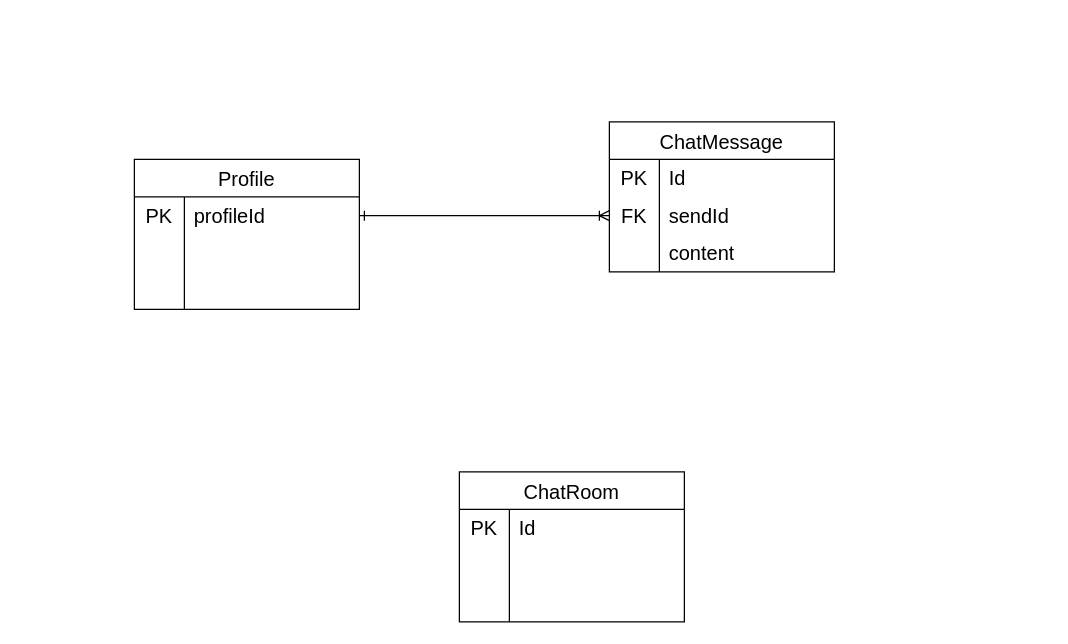
The draw.io diagram regret.drawio in phungvie/regret, before the edit. Source tidied: cells renumbered, new cells numbered last; positions are measured from the earlier drawing's top-left corner, leaving out a move shared by most shapes. Both pictures are drawn from the tidied source at 125%, with x=0, y=0 at pixel (134, 121).
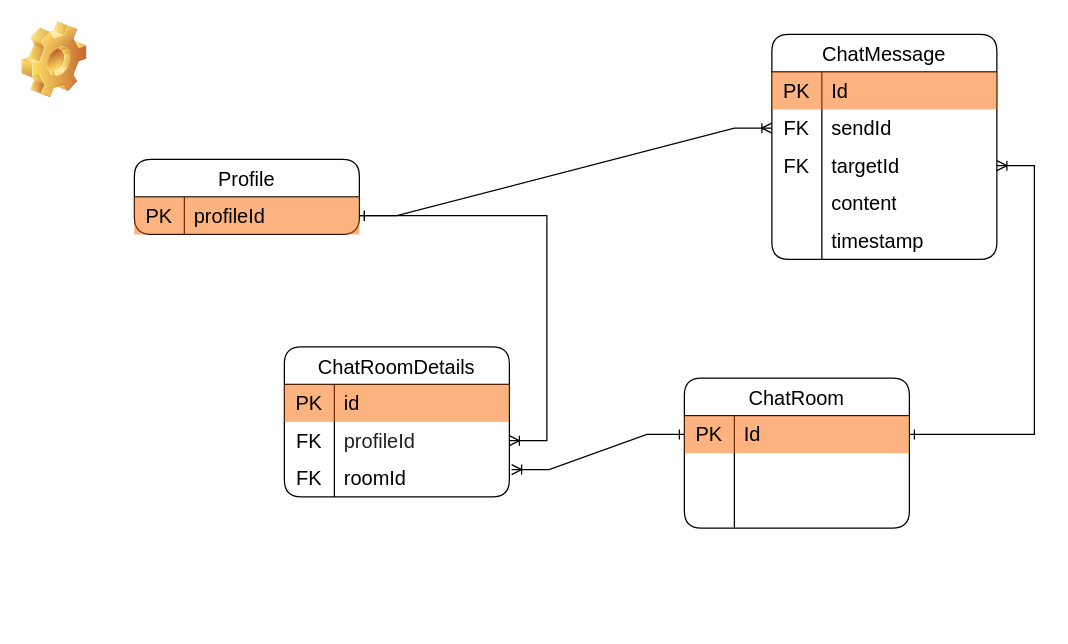
The same page after the edit.

Unchanged cells that the change refers to:
```xml
<mxCell id="3" style="shape=tableRow;horizontal=0;startSize=0;swimlaneHead=0;swimlaneBody=0;top=0;left=0;bottom=0;right=0;fillColor=none;points=[[0,0.5],[1,0.5]];portConstraint=eastwest;fontSize=16;labelBackgroundColor=none;" parent="2" vertex="1">
  <mxGeometry y="30" width="180" height="30" as="geometry" />
</mxCell>
<mxCell id="13" style="shape=tableRow;horizontal=0;startSize=0;swimlaneHead=0;swimlaneBody=0;top=0;left=0;bottom=0;right=0;fillColor=none;fontSize=16;labelBackgroundColor=none;" parent="12" vertex="1">
  <mxGeometry y="30" width="180" height="30" as="geometry" />
</mxCell>
<mxCell id="16" style="shape=tableRow;horizontal=0;startSize=0;swimlaneHead=0;swimlaneBody=0;top=0;left=0;bottom=0;right=0;fillColor=none;points=[[0,0.5],[1,0.5]];portConstraint=eastwest;fontSize=16;labelBackgroundColor=none;" parent="12" vertex="1">
  <mxGeometry y="60" width="180" height="30" as="geometry" />
</mxCell>
<mxCell id="23" style="shape=tableRow;horizontal=0;startSize=0;swimlaneHead=0;swimlaneBody=0;top=0;left=0;bottom=0;right=0;fillColor=none;points=[[0,0.5],[1,0.5]];portConstraint=eastwest;fontSize=16;labelBackgroundColor=none;" parent="22" vertex="1">
  <mxGeometry y="30" width="180" height="30" as="geometry" />
</mxCell>
```

Change to the diagram source:
```diff
@@
-    <mxCell id="2" value="ChatRoom" style="shape=table;startSize=30;childLayout=tableLayout;rowLines=0;fontStyle=0;fontSize=16;labelBackgroundColor=none;" parent="1" vertex="1">
-      <mxGeometry x="260" y="280" width="180" height="120" as="geometry" />
+    <mxCell id="2" value="ChatRoom" style="shape=table;startSize=30;childLayout=tableLayout;rowLines=0;fontStyle=0;fontSize=16;labelBackgroundColor=none;rounded=1;" parent="1" vertex="1">
+      <mxGeometry x="440" y="205" width="180" height="120" as="geometry" />
     </mxCell>
@@
-    <mxCell id="4" value="PK" style="shape=partialRectangle;html=1;whiteSpace=wrap;fillColor=none;top=0;left=0;bottom=0;right=0;overflow=hidden;fontSize=16;labelBackgroundColor=none;" parent="3" vertex="1">
+    <mxCell id="4" value="PK" style="shape=partialRectangle;html=1;whiteSpace=wrap;fillColor=#fa6800;top=0;left=0;bottom=0;right=0;overflow=hidden;fontSize=16;labelBackgroundColor=none;fontColor=#000000;strokeColor=#C73500;opacity=50;" parent="3" vertex="1">
       <mxGeometry width="40" height="30" as="geometry" />
     </mxCell>
-    <mxCell id="5" value="Id" style="shape=partialRectangle;html=1;whiteSpace=wrap;fillColor=none;top=0;left=0;bottom=0;right=0;align=left;spacingLeft=6;overflow=hidden;fontSize=16;labelBackgroundColor=none;" parent="3" vertex="1">
+    <mxCell id="5" value="Id" style="shape=partialRectangle;html=1;whiteSpace=wrap;fillColor=#fa6800;top=0;left=0;bottom=0;right=0;align=left;spacingLeft=6;overflow=hidden;fontSize=16;labelBackgroundColor=none;fontColor=#000000;strokeColor=#C73500;opacity=50;" parent="3" vertex="1">
       <mxGeometry x="40" width="140" height="30" as="geometry" />
     </mxCell>
@@
-    <mxCell id="12" value="ChatMessage" style="shape=table;startSize=30;childLayout=tableLayout;rowLines=0;fontStyle=0;fontSize=16;labelBackgroundColor=none;" parent="1" vertex="1">
-      <mxGeometry x="380" width="180" height="120" as="geometry" />
+    <mxCell id="12" value="ChatMessage" style="shape=table;startSize=30;childLayout=tableLayout;rowLines=0;fontStyle=0;fontSize=16;labelBackgroundColor=none;rounded=1;" parent="1" vertex="1">
+      <mxGeometry x="510" y="-70" width="180" height="180" as="geometry" />
     </mxCell>
@@
-    <mxCell id="14" value="PK" style="shape=partialRectangle;html=1;whiteSpace=wrap;fillColor=none;top=0;left=0;bottom=0;right=0;overflow=hidden;fontSize=16;labelBackgroundColor=none;" parent="13" vertex="1">
+    <mxCell id="14" value="PK" style="shape=partialRectangle;html=1;whiteSpace=wrap;fillColor=#fa6800;top=0;left=0;bottom=0;right=0;overflow=hidden;fontSize=16;labelBackgroundColor=none;fontColor=#000000;strokeColor=#C73500;opacity=50;" parent="13" vertex="1">
       <mxGeometry width="40" height="30" as="geometry" />
     </mxCell>
-    <mxCell id="15" value="Id" style="shape=partialRectangle;html=1;whiteSpace=wrap;fillColor=none;top=0;left=0;bottom=0;right=0;align=left;spacingLeft=6;overflow=hidden;fontSize=16;labelBackgroundColor=none;" parent="13" vertex="1">
+    <mxCell id="15" value="Id" style="shape=partialRectangle;html=1;whiteSpace=wrap;fillColor=#fa6800;top=0;left=0;bottom=0;right=0;align=left;spacingLeft=6;overflow=hidden;fontSize=16;labelBackgroundColor=none;fontColor=#000000;strokeColor=#C73500;opacity=50;" parent="13" vertex="1">
       <mxGeometry x="40" width="140" height="30" as="geometry" />
     </mxCell>
@@
+    <mxCell id="29" style="shape=tableRow;horizontal=0;startSize=0;swimlaneHead=0;swimlaneBody=0;top=0;left=0;bottom=0;right=0;fillColor=none;points=[[0,0.5],[1,0.5]];portConstraint=eastwest;fontSize=16;labelBackgroundColor=none;" parent="12" vertex="1">
+      <mxGeometry y="90" width="180" height="30" as="geometry" />
+    </mxCell>
+    <mxCell id="33" value="FK" style="shape=partialRectangle;html=1;whiteSpace=wrap;fillColor=none;top=0;left=0;bottom=0;right=0;overflow=hidden;fontSize=16;labelBackgroundColor=none;" parent="29" vertex="1">
+      <mxGeometry width="40" height="30" as="geometry" />
+    </mxCell>
+    <mxCell id="34" value="targetId" style="shape=partialRectangle;html=1;whiteSpace=wrap;fillColor=none;top=0;left=0;bottom=0;right=0;align=left;spacingLeft=6;overflow=hidden;fontSize=16;labelBackgroundColor=none;" parent="29" vertex="1">
+      <mxGeometry x="40" width="140" height="30" as="geometry" />
+    </mxCell>
     <mxCell id="19" style="shape=tableRow;horizontal=0;startSize=0;swimlaneHead=0;swimlaneBody=0;top=0;left=0;bottom=0;right=0;fillColor=none;fontSize=16;labelBackgroundColor=none;" parent="12" vertex="1">
-      <mxGeometry y="90" width="180" height="30" as="geometry" />
+      <mxGeometry y="120" width="180" height="30" as="geometry" />
     </mxCell>
@@
+    <mxCell id="35" style="shape=tableRow;horizontal=0;startSize=0;swimlaneHead=0;swimlaneBody=0;top=0;left=0;bottom=0;right=0;fillColor=none;fontSize=16;labelBackgroundColor=none;" parent="12" vertex="1">
+      <mxGeometry y="150" width="180" height="30" as="geometry" />
+    </mxCell>
+    <mxCell id="36" style="shape=partialRectangle;html=1;whiteSpace=wrap;fillColor=none;top=0;left=0;bottom=0;right=0;overflow=hidden;fontSize=16;labelBackgroundColor=none;" parent="35" vertex="1">
+      <mxGeometry width="40" height="30" as="geometry" />
+    </mxCell>
+    <mxCell id="37" value="timestamp" style="shape=partialRectangle;html=1;whiteSpace=wrap;fillColor=none;top=0;left=0;bottom=0;right=0;align=left;spacingLeft=6;overflow=hidden;fontSize=16;labelBackgroundColor=none;" parent="35" vertex="1">
+      <mxGeometry x="40" width="140" height="30" as="geometry" />
+    </mxCell>
-    <mxCell id="22" value="Profile" style="shape=table;startSize=30;childLayout=tableLayout;rowLines=0;fontStyle=0;fontSize=16;labelBackgroundColor=none;" parent="1" vertex="1">
-      <mxGeometry y="30" width="180" height="120" as="geometry" />
+    <mxCell id="22" value="Profile" style="shape=table;startSize=30;childLayout=tableLayout;rowLines=0;fontStyle=0;fontSize=16;labelBackgroundColor=none;rounded=1;" parent="1" vertex="1">
+      <mxGeometry y="30" width="180" height="60" as="geometry" />
     </mxCell>
@@
-    <mxCell id="24" value="PK" style="shape=partialRectangle;html=1;whiteSpace=wrap;fillColor=none;top=0;left=0;bottom=0;right=0;overflow=hidden;fontSize=16;labelBackgroundColor=none;" parent="23" vertex="1">
+    <mxCell id="24" value="PK" style="shape=partialRectangle;html=1;whiteSpace=wrap;fillColor=#fa6800;top=0;left=0;bottom=0;right=0;overflow=hidden;fontSize=16;labelBackgroundColor=none;fontColor=#000000;strokeColor=#C73500;opacity=50;" parent="23" vertex="1">
       <mxGeometry width="40" height="30" as="geometry" />
     </mxCell>
-    <mxCell id="25" value="profileId" style="shape=partialRectangle;html=1;whiteSpace=wrap;fillColor=none;top=0;left=0;bottom=0;right=0;align=left;spacingLeft=6;overflow=hidden;fontSize=16;labelBackgroundColor=none;" parent="23" vertex="1">
+    <mxCell id="25" value="profileId" style="shape=partialRectangle;html=1;whiteSpace=wrap;fillColor=#fa6800;top=0;left=0;bottom=0;right=0;align=left;spacingLeft=6;overflow=hidden;fontSize=16;labelBackgroundColor=none;fontColor=#000000;strokeColor=#C73500;opacity=50;" parent="23" vertex="1">
       <mxGeometry x="40" width="140" height="30" as="geometry" />
     </mxCell>
-    <mxCell id="26" style="shape=tableRow;horizontal=0;startSize=0;swimlaneHead=0;swimlaneBody=0;top=0;left=0;bottom=0;right=0;fillColor=none;fontSize=16;labelBackgroundColor=none;" parent="22" vertex="1">
-      <mxGeometry y="60" width="180" height="30" as="geometry" />
-    </mxCell>
-    <mxCell id="27" style="shape=partialRectangle;html=1;whiteSpace=wrap;fillColor=none;top=0;left=0;bottom=0;right=0;overflow=hidden;fontSize=16;labelBackgroundColor=none;" parent="26" vertex="1">
-      <mxGeometry width="40" height="30" as="geometry" />
-    </mxCell>
-    <mxCell id="28" style="shape=partialRectangle;html=1;whiteSpace=wrap;fillColor=none;top=0;left=0;bottom=0;right=0;align=left;spacingLeft=6;overflow=hidden;fontSize=16;labelBackgroundColor=none;" parent="26" vertex="1">
-      <mxGeometry x="40" width="140" height="30" as="geometry" />
-    </mxCell>
-    <mxCell id="29" style="shape=tableRow;horizontal=0;startSize=0;swimlaneHead=0;swimlaneBody=0;top=0;left=0;bottom=0;right=0;fillColor=none;points=[[0,0.5],[1,0.5]];portConstraint=eastwest;fontSize=16;labelBackgroundColor=none;" parent="22" vertex="1">
-      <mxGeometry y="90" width="180" height="30" as="geometry" />
-    </mxCell>
-    <mxCell id="30" style="shape=partialRectangle;html=1;whiteSpace=wrap;fillColor=none;top=0;left=0;bottom=0;right=0;overflow=hidden;fontSize=16;labelBackgroundColor=none;" parent="29" vertex="1">
-      <mxGeometry width="40" height="30" as="geometry" />
-    </mxCell>
-    <mxCell id="31" style="shape=partialRectangle;html=1;whiteSpace=wrap;fillColor=none;top=0;left=0;bottom=0;right=0;align=left;spacingLeft=6;overflow=hidden;fontSize=16;labelBackgroundColor=none;" parent="29" vertex="1">
-      <mxGeometry x="40" width="140" height="30" as="geometry" />
-    </mxCell>
-    <mxCell id="32" style="edgeStyle=orthogonalEdgeStyle;rounded=0;jettySize=auto;html=1;endArrow=ERoneToMany;endFill=0;startArrow=ERone;startFill=0;" parent="1" edge="1" source="23" target="16">
+    <mxCell id="32" style="edgeStyle=entityRelationEdgeStyle;rounded=0;jettySize=auto;html=1;endArrow=ERoneToMany;endFill=0;startArrow=ERone;startFill=0;" parent="1" edge="1" source="23" target="16">
       <mxGeometry relative="1" as="geometry" />
     </mxCell>
+    <mxCell id="38" style="edgeStyle=entityRelationEdgeStyle;shape=connector;rounded=0;jettySize=auto;html=1;strokeColor=default;align=center;verticalAlign=middle;fontFamily=Helvetica;fontSize=16;fontColor=default;fontStyle=0;labelBackgroundColor=none;startArrow=ERone;startFill=0;endArrow=ERoneToMany;endFill=0;" parent="1" edge="1" source="3" target="29">
+      <mxGeometry relative="1" as="geometry" />
+    </mxCell>
+    <mxCell id="39" value="ChatRoomDetails" style="shape=table;startSize=30;childLayout=tableLayout;rowLines=0;fontStyle=0;strokeColor=default;fontSize=16;rounded=1;align=center;verticalAlign=middle;fontFamily=Helvetica;fontColor=default;labelBackgroundColor=none;fillColor=default;" parent="1" vertex="1">
+      <mxGeometry x="120" y="180" width="180" height="120" as="geometry" />
+    </mxCell>
+    <mxCell id="40" style="shape=tableRow;horizontal=0;startSize=0;swimlaneHead=0;swimlaneBody=0;top=0;left=0;bottom=0;right=0;fillColor=none;strokeColor=inherit;fontSize=16;rounded=1;align=center;verticalAlign=middle;fontFamily=Helvetica;fontColor=default;fontStyle=0;labelBackgroundColor=none;" parent="39" vertex="1">
+      <mxGeometry y="30" width="180" height="30" as="geometry" />
+    </mxCell>
+    <mxCell id="41" value="PK" style="shape=partialRectangle;html=1;whiteSpace=wrap;fillColor=#fa6800;top=0;left=0;bottom=0;right=0;overflow=hidden;strokeColor=#C73500;fontSize=16;rounded=1;align=center;verticalAlign=middle;fontFamily=Helvetica;fontColor=#000000;fontStyle=0;labelBackgroundColor=none;opacity=50;" parent="40" vertex="1">
+      <mxGeometry width="40" height="30" as="geometry" />
+    </mxCell>
+    <mxCell id="42" value="id" style="shape=partialRectangle;html=1;whiteSpace=wrap;fillColor=#fa6800;top=0;left=0;bottom=0;right=0;align=left;spacingLeft=6;overflow=hidden;strokeColor=#C73500;fontSize=16;rounded=1;verticalAlign=middle;fontFamily=Helvetica;fontColor=#000000;fontStyle=0;labelBackgroundColor=none;opacity=50;" parent="40" vertex="1">
+      <mxGeometry x="40" width="140" height="30" as="geometry" />
+    </mxCell>
+    <mxCell id="43" style="shape=tableRow;horizontal=0;startSize=0;swimlaneHead=0;swimlaneBody=0;top=0;left=0;bottom=0;right=0;fillColor=none;points=[[0,0.5],[1,0.5]];portConstraint=eastwest;strokeColor=inherit;fontSize=16;rounded=1;align=center;verticalAlign=middle;fontFamily=Helvetica;fontColor=default;fontStyle=0;labelBackgroundColor=none;" parent="39" vertex="1">
+      <mxGeometry y="60" width="180" height="30" as="geometry" />
+    </mxCell>
+    <mxCell id="44" value="FK" style="shape=partialRectangle;html=1;whiteSpace=wrap;fillColor=none;top=0;left=0;bottom=0;right=0;overflow=hidden;strokeColor=inherit;fontSize=16;rounded=1;align=center;verticalAlign=middle;fontFamily=Helvetica;fontColor=default;fontStyle=0;labelBackgroundColor=none;" parent="43" vertex="1">
+      <mxGeometry width="40" height="30" as="geometry" />
+    </mxCell>
+    <mxCell id="45" value="&lt;font color=&quot;#212121&quot;&gt;profileId&lt;/font&gt;" style="shape=partialRectangle;html=1;whiteSpace=wrap;fillColor=none;top=0;left=0;bottom=0;right=0;align=left;spacingLeft=6;overflow=hidden;strokeColor=inherit;fontSize=16;rounded=1;verticalAlign=middle;fontFamily=Helvetica;fontColor=default;fontStyle=0;labelBackgroundColor=none;" parent="43" vertex="1">
+      <mxGeometry x="40" width="140" height="30" as="geometry" />
+    </mxCell>
+    <mxCell id="46" style="shape=tableRow;horizontal=0;startSize=0;swimlaneHead=0;swimlaneBody=0;top=0;left=0;bottom=0;right=0;fillColor=none;points=[[0,0.5],[1,0.5]];portConstraint=eastwest;strokeColor=inherit;fontSize=16;rounded=1;align=center;verticalAlign=middle;fontFamily=Helvetica;fontColor=default;fontStyle=0;labelBackgroundColor=none;" parent="39" vertex="1">
+      <mxGeometry y="90" width="180" height="30" as="geometry" />
+    </mxCell>
+    <mxCell id="47" value="FK" style="shape=partialRectangle;html=1;whiteSpace=wrap;fillColor=none;top=0;left=0;bottom=0;right=0;overflow=hidden;strokeColor=inherit;fontSize=16;rounded=1;align=center;verticalAlign=middle;fontFamily=Helvetica;fontColor=default;fontStyle=0;labelBackgroundColor=none;" parent="46" vertex="1">
+      <mxGeometry width="40" height="30" as="geometry" />
+    </mxCell>
+    <mxCell id="48" value="roomId" style="shape=partialRectangle;html=1;whiteSpace=wrap;fillColor=none;top=0;left=0;bottom=0;right=0;align=left;spacingLeft=6;overflow=hidden;strokeColor=inherit;fontSize=16;rounded=1;verticalAlign=middle;fontFamily=Helvetica;fontColor=default;fontStyle=0;labelBackgroundColor=none;" parent="46" vertex="1">
+      <mxGeometry x="40" width="140" height="30" as="geometry" />
+    </mxCell>
+    <mxCell id="49" style="edgeStyle=entityRelationEdgeStyle;shape=connector;rounded=0;jettySize=auto;html=1;entryX=1.01;entryY=0.273;entryDx=0;entryDy=0;entryPerimeter=0;strokeColor=default;align=center;verticalAlign=middle;fontFamily=Helvetica;fontSize=16;fontColor=default;fontStyle=0;labelBackgroundColor=none;startArrow=ERone;startFill=0;endArrow=ERoneToMany;endFill=0;exitX=0;exitY=0.5;exitDx=0;exitDy=0;" parent="1" edge="1" source="3" target="46">
+      <mxGeometry relative="1" as="geometry" />
+    </mxCell>
+    <mxCell id="50" style="edgeStyle=entityRelationEdgeStyle;shape=connector;rounded=0;jettySize=auto;html=1;strokeColor=default;align=center;verticalAlign=middle;fontFamily=Helvetica;fontSize=16;fontColor=default;fontStyle=0;labelBackgroundColor=none;startArrow=ERone;startFill=0;endArrow=ERoneToMany;endFill=0;" parent="1" edge="1" source="23" target="43">
+      <mxGeometry relative="1" as="geometry" />
+    </mxCell>
+    <mxCell id="51" style="shape=image;html=1;verticalLabelPosition=bottom;verticalAlign=top;imageAspect=1;image=img/clipart/Gear_128x128.png;rounded=1;strokeColor=default;align=center;fontFamily=Helvetica;fontSize=16;fontColor=default;fontStyle=0;labelBackgroundColor=none;fillColor=default;" parent="1" vertex="1">
+      <mxGeometry x="-90" y="-80" width="52" height="61" as="geometry" />
+    </mxCell>
```
